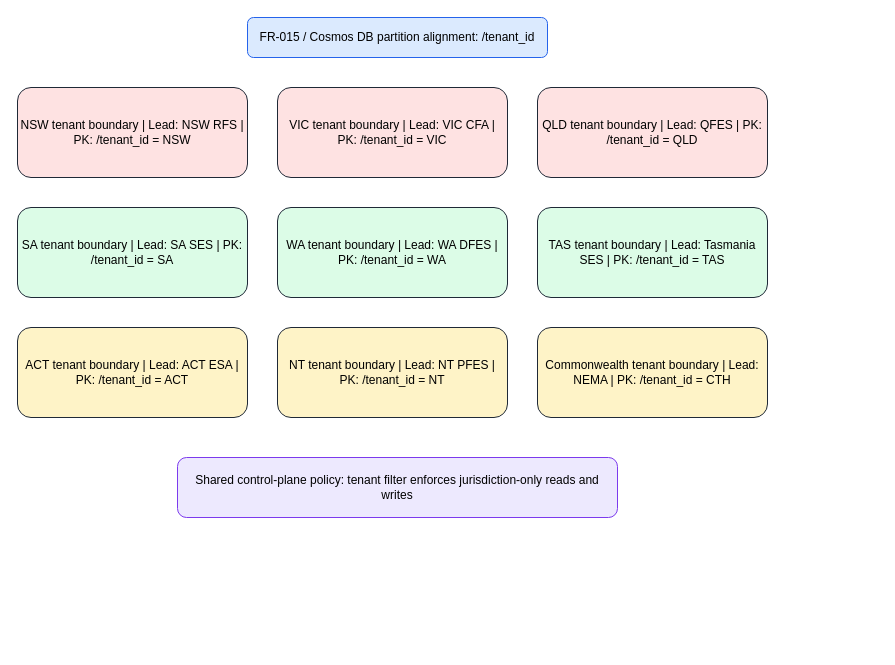
This is docs/architecture/data/multi-jurisdiction-tenancy.drawio from johnbilliris/ama, a draw.io file, before an edit. Source tidied: cells renumbered, new cells numbered last; positions are measured from the earlier drawing's top-left corner, leaving out a move shared by most shapes. Both pictures are drawn from the tidied source at 100%, with x=0, y=0 at pixel (17, 17).
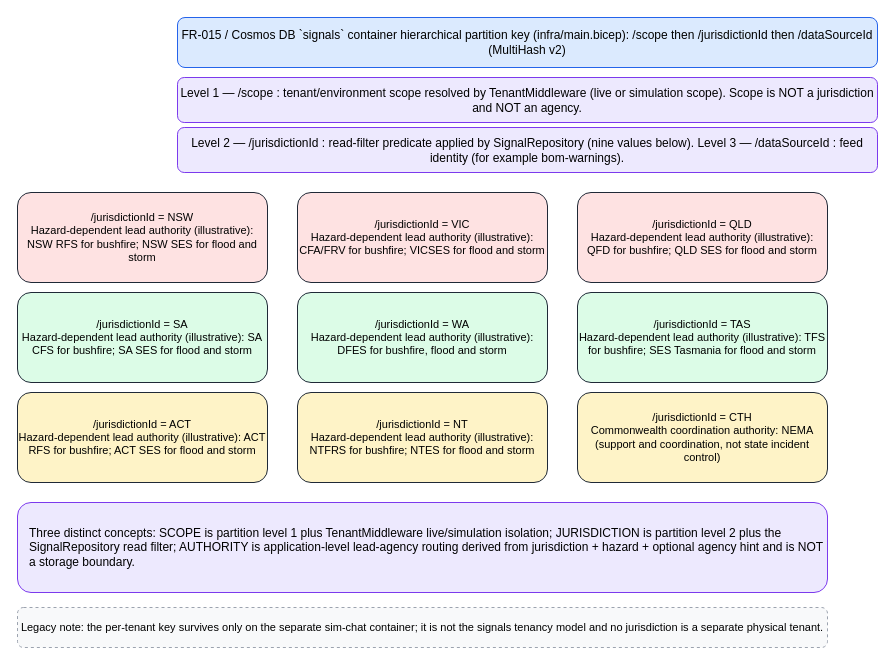
After the change.

Diff of the diagram source:
```diff
@@
 <mxGraphModel>
   <root>
     <mxCell id="0" />
     <mxCell id="1" parent="0" />
-    <mxCell id="2" value="FR-015 / Cosmos DB partition alignment: /tenant_id" style="rounded=1;whiteSpace=wrap;html=1;fillColor=#f8f9fa;strokeColor=#1f2937;fontSize=12;fillColor=#dbeafe;strokeColor=#2563eb;" parent="1" vertex="1">
-      <mxGeometry x="230" width="300" height="40" as="geometry" />
+    <mxCell id="2" value="FR-015 / Cosmos DB `signals` container hierarchical partition key (infra/main.bicep): /scope then /jurisdictionId then /dataSourceId (MultiHash v2)" style="rounded=1;whiteSpace=wrap;html=1;fillColor=#dbeafe;strokeColor=#2563eb;fontSize=12;" parent="1" vertex="1">
+      <mxGeometry x="160" width="700" height="50" as="geometry" />
     </mxCell>
+    <mxCell id="13" value="Level 1 — /scope : tenant/environment scope resolved by TenantMiddleware (live or simulation scope). Scope is NOT a jurisdiction and NOT an agency." style="rounded=1;whiteSpace=wrap;html=1;fillColor=#ede9fe;strokeColor=#7c3aed;fontSize=12;" parent="1" vertex="1">
+      <mxGeometry x="160" y="60" width="700" height="45" as="geometry" />
+    </mxCell>
+    <mxCell id="14" value="Level 2 — /jurisdictionId : read-filter predicate applied by SignalRepository (nine values below). Level 3 — /dataSourceId : feed identity (for example bom-warnings)." style="rounded=1;whiteSpace=wrap;html=1;fillColor=#ede9fe;strokeColor=#7c3aed;fontSize=12;" parent="1" vertex="1">
+      <mxGeometry x="160" y="110" width="700" height="45" as="geometry" />
+    </mxCell>
-    <mxCell id="3" value="NSW tenant boundary | Lead: NSW RFS | PK: /tenant_id = NSW" style="rounded=1;whiteSpace=wrap;html=1;fillColor=#f8f9fa;strokeColor=#1f2937;fontSize=12;fillColor=#fee2e2;" parent="1" vertex="1">
-      <mxGeometry y="70" width="230" height="90" as="geometry" />
+    <mxCell id="3" value="/jurisdictionId = NSW&#10;Hazard-dependent lead authority (illustrative): NSW RFS for bushfire; NSW SES for flood and storm" style="rounded=1;whiteSpace=wrap;html=1;fillColor=#fee2e2;strokeColor=#1f2937;fontSize=11;" parent="1" vertex="1">
+      <mxGeometry y="175" width="250" height="90" as="geometry" />
     </mxCell>
-    <mxCell id="4" value="VIC tenant boundary | Lead: VIC CFA | PK: /tenant_id = VIC" style="rounded=1;whiteSpace=wrap;html=1;fillColor=#f8f9fa;strokeColor=#1f2937;fontSize=12;fillColor=#fee2e2;" parent="1" vertex="1">
-      <mxGeometry x="260" y="70" width="230" height="90" as="geometry" />
+    <mxCell id="4" value="/jurisdictionId = VIC&#10;Hazard-dependent lead authority (illustrative): CFA/FRV for bushfire; VICSES for flood and storm" style="rounded=1;whiteSpace=wrap;html=1;fillColor=#fee2e2;strokeColor=#1f2937;fontSize=11;" parent="1" vertex="1">
+      <mxGeometry x="280" y="175" width="250" height="90" as="geometry" />
     </mxCell>
-    <mxCell id="5" value="QLD tenant boundary | Lead: QFES | PK: /tenant_id = QLD" style="rounded=1;whiteSpace=wrap;html=1;fillColor=#f8f9fa;strokeColor=#1f2937;fontSize=12;fillColor=#fee2e2;" parent="1" vertex="1">
-      <mxGeometry x="520" y="70" width="230" height="90" as="geometry" />
+    <mxCell id="5" value="/jurisdictionId = QLD&#10;Hazard-dependent lead authority (illustrative): QFD for bushfire; QLD SES for flood and storm" style="rounded=1;whiteSpace=wrap;html=1;fillColor=#fee2e2;strokeColor=#1f2937;fontSize=11;" parent="1" vertex="1">
+      <mxGeometry x="560" y="175" width="250" height="90" as="geometry" />
     </mxCell>
-    <mxCell id="6" value="SA tenant boundary | Lead: SA SES | PK: /tenant_id = SA" style="rounded=1;whiteSpace=wrap;html=1;fillColor=#f8f9fa;strokeColor=#1f2937;fontSize=12;fillColor=#dcfce7;" parent="1" vertex="1">
-      <mxGeometry y="190" width="230" height="90" as="geometry" />
+    <mxCell id="6" value="/jurisdictionId = SA&#10;Hazard-dependent lead authority (illustrative): SA CFS for bushfire; SA SES for flood and storm" style="rounded=1;whiteSpace=wrap;html=1;fillColor=#dcfce7;strokeColor=#1f2937;fontSize=11;" parent="1" vertex="1">
+      <mxGeometry y="275" width="250" height="90" as="geometry" />
     </mxCell>
-    <mxCell id="7" value="WA tenant boundary | Lead: WA DFES | PK: /tenant_id = WA" style="rounded=1;whiteSpace=wrap;html=1;fillColor=#f8f9fa;strokeColor=#1f2937;fontSize=12;fillColor=#dcfce7;" parent="1" vertex="1">
-      <mxGeometry x="260" y="190" width="230" height="90" as="geometry" />
+    <mxCell id="7" value="/jurisdictionId = WA&#10;Hazard-dependent lead authority (illustrative): DFES for bushfire, flood and storm" style="rounded=1;whiteSpace=wrap;html=1;fillColor=#dcfce7;strokeColor=#1f2937;fontSize=11;" parent="1" vertex="1">
+      <mxGeometry x="280" y="275" width="250" height="90" as="geometry" />
     </mxCell>
-    <mxCell id="8" value="TAS tenant boundary | Lead: Tasmania SES | PK: /tenant_id = TAS" style="rounded=1;whiteSpace=wrap;html=1;fillColor=#f8f9fa;strokeColor=#1f2937;fontSize=12;fillColor=#dcfce7;" parent="1" vertex="1">
-      <mxGeometry x="520" y="190" width="230" height="90" as="geometry" />
+    <mxCell id="8" value="/jurisdictionId = TAS&#10;Hazard-dependent lead authority (illustrative): TFS for bushfire; SES Tasmania for flood and storm" style="rounded=1;whiteSpace=wrap;html=1;fillColor=#dcfce7;strokeColor=#1f2937;fontSize=11;" parent="1" vertex="1">
+      <mxGeometry x="560" y="275" width="250" height="90" as="geometry" />
     </mxCell>
-    <mxCell id="9" value="ACT tenant boundary | Lead: ACT ESA | PK: /tenant_id = ACT" style="rounded=1;whiteSpace=wrap;html=1;fillColor=#f8f9fa;strokeColor=#1f2937;fontSize=12;fillColor=#fef3c7;" parent="1" vertex="1">
-      <mxGeometry y="310" width="230" height="90" as="geometry" />
+    <mxCell id="9" value="/jurisdictionId = ACT&#10;Hazard-dependent lead authority (illustrative): ACT RFS for bushfire; ACT SES for flood and storm" style="rounded=1;whiteSpace=wrap;html=1;fillColor=#fef3c7;strokeColor=#1f2937;fontSize=11;" parent="1" vertex="1">
+      <mxGeometry y="375" width="250" height="90" as="geometry" />
     </mxCell>
-    <mxCell id="10" value="NT tenant boundary | Lead: NT PFES | PK: /tenant_id = NT" style="rounded=1;whiteSpace=wrap;html=1;fillColor=#f8f9fa;strokeColor=#1f2937;fontSize=12;fillColor=#fef3c7;" parent="1" vertex="1">
-      <mxGeometry x="260" y="310" width="230" height="90" as="geometry" />
+    <mxCell id="10" value="/jurisdictionId = NT&#10;Hazard-dependent lead authority (illustrative): NTFRS for bushfire; NTES for flood and storm" style="rounded=1;whiteSpace=wrap;html=1;fillColor=#fef3c7;strokeColor=#1f2937;fontSize=11;" parent="1" vertex="1">
+      <mxGeometry x="280" y="375" width="250" height="90" as="geometry" />
     </mxCell>
-    <mxCell id="11" value="Commonwealth tenant boundary | Lead: NEMA | PK: /tenant_id = CTH" style="rounded=1;whiteSpace=wrap;html=1;fillColor=#f8f9fa;strokeColor=#1f2937;fontSize=12;fillColor=#fef3c7;" parent="1" vertex="1">
-      <mxGeometry x="520" y="310" width="230" height="90" as="geometry" />
+    <mxCell id="11" value="/jurisdictionId = CTH&#10;Commonwealth coordination authority: NEMA (support and coordination, not state incident control)" style="rounded=1;whiteSpace=wrap;html=1;fillColor=#fef3c7;strokeColor=#1f2937;fontSize=11;" parent="1" vertex="1">
+      <mxGeometry x="560" y="375" width="250" height="90" as="geometry" />
     </mxCell>
-    <mxCell id="12" value="Shared control-plane policy: tenant filter enforces jurisdiction-only reads and writes" style="rounded=1;whiteSpace=wrap;html=1;fillColor=#f8f9fa;strokeColor=#1f2937;fontSize=12;fillColor=#ede9fe;strokeColor=#7c3aed;" parent="1" vertex="1">
-      <mxGeometry x="160" y="440" width="440" height="60" as="geometry" />
+    <mxCell id="12" value="Three distinct concepts: SCOPE is partition level 1 plus TenantMiddleware live/simulation isolation; JURISDICTION is partition level 2 plus the SignalRepository read filter; AUTHORITY is application-level lead-agency routing derived from jurisdiction + hazard + optional agency hint and is NOT a storage boundary." style="rounded=1;whiteSpace=wrap;html=1;fillColor=#ede9fe;strokeColor=#7c3aed;fontSize=12;align=left;spacingLeft=10;" parent="1" vertex="1">
+      <mxGeometry y="485" width="810" height="90" as="geometry" />
     </mxCell>
+    <mxCell id="15" value="Legacy note: the per-tenant key survives only on the separate sim-chat container; it is not the signals tenancy model and no jurisdiction is a separate physical tenant." style="rounded=1;whiteSpace=wrap;html=1;fillColor=#f8f9fa;strokeColor=#9ca3af;fontSize=11;dashed=1;" parent="1" vertex="1">
+      <mxGeometry y="590" width="810" height="40" as="geometry" />
+    </mxCell>
   </root>
 </mxGraphModel>
```
